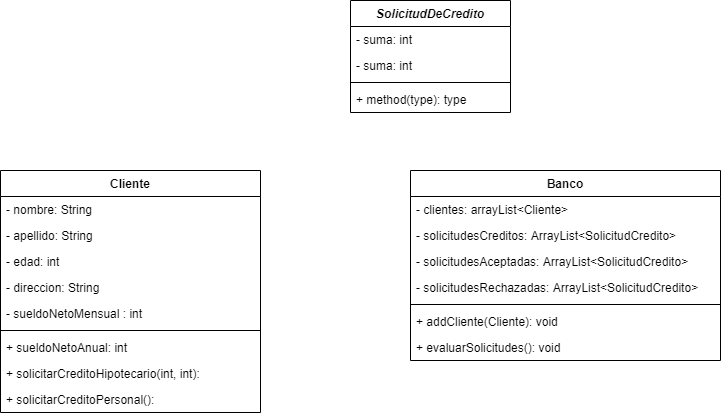
Earlier version of the draw.io export src/tp6/unq/bancoyprestamos/BancoyPrestamos-UML.png (CundariNicolas/unqui-poo2-cundari). Source tidied: cells renumbered, new cells last; positions are measured from the earlier drawing's top-left corner, leaving out a move shared by most shapes.
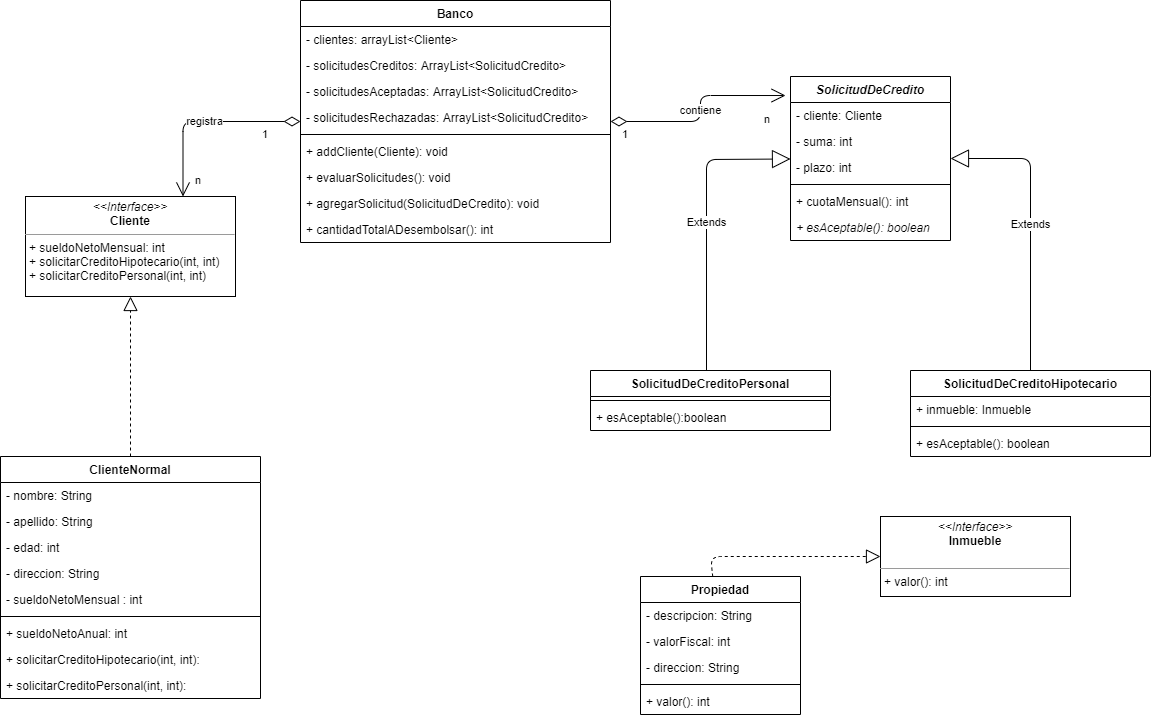
After the change.

What changed in the source:
```diff
@@ -2,8 +2,8 @@
   <root>
     <mxCell id="0" />
     <mxCell id="1" parent="0" />
-    <mxCell id="2" value="Cliente" style="swimlane;fontStyle=1;align=center;verticalAlign=top;horizontal=1;startSize=26;" parent="1" vertex="1">
-      <mxGeometry y="170" width="260" height="242" as="geometry" />
+    <mxCell id="2" value="ClienteNormal" style="swimlane;fontStyle=1;align=center;verticalAlign=top;horizontal=1;startSize=26;" parent="1" vertex="1">
+      <mxGeometry x="-70" y="500" width="260" height="242" as="geometry" />
     </mxCell>
     <mxCell id="3" value="- nombre: String" style="text;strokeColor=none;fillColor=none;align=left;verticalAlign=top;spacingLeft=4;spacingRight=4;overflow=hidden;" parent="2" vertex="1">
       <mxGeometry y="26" width="260" height="26" as="geometry" />
@@ -29,11 +29,11 @@
     <mxCell id="10" value="+ solicitarCreditoHipotecario(int, int): " style="text;strokeColor=none;fillColor=none;align=left;verticalAlign=top;spacingLeft=4;spacingRight=4;overflow=hidden;" parent="2" vertex="1">
       <mxGeometry y="190" width="260" height="26" as="geometry" />
     </mxCell>
-    <mxCell id="11" value="+ solicitarCreditoPersonal(): " style="text;strokeColor=none;fillColor=none;align=left;verticalAlign=top;spacingLeft=4;spacingRight=4;overflow=hidden;" parent="2" vertex="1">
+    <mxCell id="11" value="+ solicitarCreditoPersonal(int, int): " style="text;strokeColor=none;fillColor=none;align=left;verticalAlign=top;spacingLeft=4;spacingRight=4;overflow=hidden;" parent="2" vertex="1">
       <mxGeometry y="216" width="260" height="26" as="geometry" />
     </mxCell>
     <mxCell id="12" value="Banco" style="swimlane;fontStyle=1;align=center;verticalAlign=top;horizontal=1;startSize=26;" parent="1" vertex="1">
-      <mxGeometry x="410" y="170" width="310" height="190" as="geometry" />
+      <mxGeometry x="230" y="44" width="310" height="242" as="geometry" />
     </mxCell>
     <mxCell id="13" value="- clientes: arrayList&lt;Cliente&gt;" style="text;strokeColor=none;fillColor=none;align=left;verticalAlign=top;spacingLeft=4;spacingRight=4;overflow=hidden;" parent="12" vertex="1">
       <mxGeometry y="26" width="310" height="26" as="geometry" />
@@ -56,20 +56,128 @@
     <mxCell id="19" value="+ evaluarSolicitudes(): void" style="text;strokeColor=none;fillColor=none;align=left;verticalAlign=top;spacingLeft=4;spacingRight=4;overflow=hidden;" parent="12" vertex="1">
       <mxGeometry y="164" width="310" height="26" as="geometry" />
     </mxCell>
+    <mxCell id="25" value="+ agregarSolicitud(SolicitudDeCredito): void" style="text;strokeColor=none;fillColor=none;align=left;verticalAlign=top;spacingLeft=4;spacingRight=4;overflow=hidden;" parent="12" vertex="1">
+      <mxGeometry y="190" width="310" height="26" as="geometry" />
+    </mxCell>
+    <mxCell id="26" value="+ cantidadTotalADesembolsar(): int" style="text;strokeColor=none;fillColor=none;align=left;verticalAlign=top;spacingLeft=4;spacingRight=4;overflow=hidden;" parent="12" vertex="1">
+      <mxGeometry y="216" width="310" height="26" as="geometry" />
+    </mxCell>
     <mxCell id="20" value="SolicitudDeCredito" style="swimlane;fontStyle=3;align=center;verticalAlign=top;horizontal=1;startSize=26;" parent="1" vertex="1">
-      <mxGeometry x="350" width="160" height="112" as="geometry" />
+      <mxGeometry x="720" y="120" width="160" height="164" as="geometry" />
     </mxCell>
+    <mxCell id="27" value="- cliente: Cliente" style="text;strokeColor=none;fillColor=none;align=left;verticalAlign=top;spacingLeft=4;spacingRight=4;overflow=hidden;" parent="20" vertex="1">
+      <mxGeometry y="26" width="160" height="26" as="geometry" />
+    </mxCell>
     <mxCell id="21" value="- suma: int" style="text;strokeColor=none;fillColor=none;align=left;verticalAlign=top;spacingLeft=4;spacingRight=4;overflow=hidden;" parent="20" vertex="1">
-      <mxGeometry y="26" width="160" height="26" as="geometry" />
+      <mxGeometry y="52" width="160" height="26" as="geometry" />
     </mxCell>
-    <mxCell id="22" value="- suma: int" style="text;strokeColor=none;fillColor=none;align=left;verticalAlign=top;spacingLeft=4;spacingRight=4;overflow=hidden;" parent="20" vertex="1">
-      <mxGeometry y="52" width="160" height="26" as="geometry" />
+    <mxCell id="22" value="- plazo: int" style="text;strokeColor=none;fillColor=none;align=left;verticalAlign=top;spacingLeft=4;spacingRight=4;overflow=hidden;" parent="20" vertex="1">
+      <mxGeometry y="78" width="160" height="26" as="geometry" />
     </mxCell>
     <mxCell id="23" style="line;strokeWidth=1;fillColor=none;align=left;verticalAlign=middle;spacingTop=-1;spacingLeft=3;spacingRight=3;labelPosition=right;" parent="20" vertex="1">
-      <mxGeometry y="78" width="160" height="8" as="geometry" />
+      <mxGeometry y="104" width="160" height="8" as="geometry" />
     </mxCell>
+    <mxCell id="28" value="+ cuotaMensual(): int" style="text;strokeColor=none;fillColor=none;align=left;verticalAlign=top;spacingLeft=4;spacingRight=4;overflow=hidden;fontStyle=0;" parent="20" vertex="1">
+      <mxGeometry y="112" width="160" height="26" as="geometry" />
+    </mxCell>
-    <mxCell id="24" value="+ method(type): type" style="text;strokeColor=none;fillColor=none;align=left;verticalAlign=top;spacingLeft=4;spacingRight=4;overflow=hidden;" parent="20" vertex="1">
-      <mxGeometry y="86" width="160" height="26" as="geometry" />
+    <mxCell id="24" value="+ esAceptable(): boolean" style="text;strokeColor=none;fillColor=none;align=left;verticalAlign=top;spacingLeft=4;spacingRight=4;overflow=hidden;fontStyle=2;" parent="20" vertex="1">
+      <mxGeometry y="138" width="160" height="26" as="geometry" />
     </mxCell>
+    <mxCell id="29" value="&lt;p style=&quot;margin: 0px ; margin-top: 4px ; text-align: center&quot;&gt;&lt;i&gt;&amp;lt;&amp;lt;Interface&amp;gt;&amp;gt;&lt;/i&gt;&lt;br&gt;&lt;b&gt;Cliente&lt;/b&gt;&lt;/p&gt;&lt;hr size=&quot;1&quot;&gt;&lt;p style=&quot;margin: 0px ; margin-left: 4px&quot;&gt;+ sueldoNetoMensual: int&lt;br&gt;&lt;/p&gt;&lt;p style=&quot;margin: 0px ; margin-left: 4px&quot;&gt;+ solicitarCreditoHipotecario(int, int)&lt;/p&gt;&lt;p style=&quot;margin: 0px ; margin-left: 4px&quot;&gt;+ solicitarCreditoPersonal(int, int)&lt;/p&gt;" style="verticalAlign=top;align=left;overflow=fill;fontSize=12;fontFamily=Helvetica;html=1;" parent="1" vertex="1">
+      <mxGeometry x="-45" y="240" width="210" height="100" as="geometry" />
+    </mxCell>
+    <mxCell id="30" style="endArrow=block;dashed=1;endFill=0;endSize=12;html=1;exitX=0.5;exitY=0;exitDx=0;exitDy=0;" parent="1" edge="1" source="2" target="29">
+      <mxGeometry relative="1" as="geometry" />
+    </mxCell>
+    <mxCell id="31" value="SolicitudDeCreditoPersonal" style="swimlane;fontStyle=1;align=center;verticalAlign=top;horizontal=1;startSize=26;" parent="1" vertex="1">
+      <mxGeometry x="520" y="414" width="240" height="60" as="geometry" />
+    </mxCell>
+    <mxCell id="32" style="line;strokeWidth=1;fillColor=none;align=left;verticalAlign=middle;spacingTop=-1;spacingLeft=3;spacingRight=3;labelPosition=right;" parent="31" vertex="1">
+      <mxGeometry y="26" width="240" height="8" as="geometry" />
+    </mxCell>
+    <mxCell id="33" value="+ esAceptable():boolean" style="text;strokeColor=none;fillColor=none;align=left;verticalAlign=top;spacingLeft=4;spacingRight=4;overflow=hidden;" parent="31" vertex="1">
+      <mxGeometry y="34" width="240" height="26" as="geometry" />
+    </mxCell>
+    <mxCell id="34" value="SolicitudDeCreditoHipotecario" style="swimlane;fontStyle=1;align=center;verticalAlign=top;horizontal=1;startSize=26;" parent="1" vertex="1">
+      <mxGeometry x="840" y="414" width="240" height="86" as="geometry" />
+    </mxCell>
+    <mxCell id="35" value="+ inmueble: Inmueble" style="text;strokeColor=none;fillColor=none;align=left;verticalAlign=top;spacingLeft=4;spacingRight=4;overflow=hidden;" parent="34" vertex="1">
+      <mxGeometry y="26" width="240" height="26" as="geometry" />
+    </mxCell>
+    <mxCell id="36" style="line;strokeWidth=1;fillColor=none;align=left;verticalAlign=middle;spacingTop=-1;spacingLeft=3;spacingRight=3;labelPosition=right;" parent="34" vertex="1">
+      <mxGeometry y="52" width="240" height="8" as="geometry" />
+    </mxCell>
+    <mxCell id="37" value="+ esAceptable(): boolean" style="text;strokeColor=none;fillColor=none;align=left;verticalAlign=top;spacingLeft=4;spacingRight=4;overflow=hidden;" parent="34" vertex="1">
+      <mxGeometry y="60" width="240" height="26" as="geometry" />
+    </mxCell>
+    <mxCell id="38" value="Extends" style="endArrow=block;endSize=16;endFill=0;html=1;" parent="1" edge="1" source="34" target="20">
+      <mxGeometry relative="1" as="geometry">
+        <Array as="points">
+          <mxPoint x="960" y="202" />
+        </Array>
+      </mxGeometry>
+    </mxCell>
+    <mxCell id="39" value="Extends" style="endArrow=block;endSize=16;endFill=0;html=1;" parent="1" edge="1" target="20">
+      <mxGeometry relative="1" as="geometry">
+        <mxPoint x="636" y="414" as="sourcePoint" />
+        <Array as="points">
+          <mxPoint x="636" y="203" />
+        </Array>
+      </mxGeometry>
+    </mxCell>
+    <mxCell id="40" value="contiene" style="endArrow=open;html=1;endSize=12;startArrow=diamondThin;startSize=14;startFill=0;edgeStyle=orthogonalEdgeStyle;entryX=-0.031;entryY=0.116;entryDx=0;entryDy=0;entryPerimeter=0;" parent="1" edge="1" source="12" target="20">
+      <mxGeometry relative="1" as="geometry" />
+    </mxCell>
+    <mxCell id="41" value="1" style="edgeLabel;html=1;align=left;verticalAlign=top;" parent="40" vertex="1">
+      <mxGeometry x="-1" relative="1" as="geometry">
+        <mxPoint x="10" as="offset" />
+      </mxGeometry>
+    </mxCell>
+    <mxCell id="42" value="n" style="edgeLabel;html=1;align=right;verticalAlign=top;" parent="40" vertex="1">
+      <mxGeometry x="1" relative="1" as="geometry">
+        <mxPoint x="-15" y="11" as="offset" />
+      </mxGeometry>
+    </mxCell>
+    <mxCell id="43" value="registra" style="endArrow=open;html=1;endSize=12;startArrow=diamondThin;startSize=14;startFill=0;edgeStyle=orthogonalEdgeStyle;entryX=0.75;entryY=0;entryDx=0;entryDy=0;" parent="1" edge="1" source="12" target="29">
+      <mxGeometry relative="1" as="geometry" />
+    </mxCell>
+    <mxCell id="44" value="1" style="edgeLabel;html=1;align=left;verticalAlign=top;" parent="43" vertex="1">
+      <mxGeometry x="-1" relative="1" as="geometry">
+        <mxPoint x="-40" as="offset" />
+      </mxGeometry>
+    </mxCell>
+    <mxCell id="45" value="n" style="edgeLabel;html=1;align=right;verticalAlign=top;" parent="43" vertex="1">
+      <mxGeometry x="1" relative="1" as="geometry">
+        <mxPoint x="18" y="-30" as="offset" />
+      </mxGeometry>
+    </mxCell>
+    <mxCell id="46" value="&lt;p style=&quot;margin: 0px ; margin-top: 4px ; text-align: center&quot;&gt;&lt;i&gt;&amp;lt;&amp;lt;Interface&amp;gt;&amp;gt;&lt;/i&gt;&lt;br&gt;&lt;b&gt;Inmueble&lt;/b&gt;&lt;/p&gt;&lt;p style=&quot;margin: 0px ; margin-left: 4px&quot;&gt;&lt;br&gt;&lt;/p&gt;&lt;hr size=&quot;1&quot;&gt;&lt;p style=&quot;margin: 0px ; margin-left: 4px&quot;&gt;+ valor(): int&lt;br&gt;&lt;/p&gt;" style="verticalAlign=top;align=left;overflow=fill;fontSize=12;fontFamily=Helvetica;html=1;" parent="1" vertex="1">
+      <mxGeometry x="810" y="560" width="190" height="80" as="geometry" />
+    </mxCell>
+    <mxCell id="47" value="Propiedad" style="swimlane;fontStyle=1;align=center;verticalAlign=top;horizontal=1;startSize=26;" parent="1" vertex="1">
+      <mxGeometry x="570" y="620" width="160" height="138" as="geometry" />
+    </mxCell>
+    <mxCell id="48" value="- descripcion: String" style="text;strokeColor=none;fillColor=none;align=left;verticalAlign=top;spacingLeft=4;spacingRight=4;overflow=hidden;" parent="47" vertex="1">
+      <mxGeometry y="26" width="160" height="26" as="geometry" />
+    </mxCell>
+    <mxCell id="49" value="- valorFiscal: int" style="text;strokeColor=none;fillColor=none;align=left;verticalAlign=top;spacingLeft=4;spacingRight=4;overflow=hidden;" parent="47" vertex="1">
+      <mxGeometry y="52" width="160" height="26" as="geometry" />
+    </mxCell>
+    <mxCell id="50" value="- direccion: String" style="text;strokeColor=none;fillColor=none;align=left;verticalAlign=top;spacingLeft=4;spacingRight=4;overflow=hidden;" parent="47" vertex="1">
+      <mxGeometry y="78" width="160" height="26" as="geometry" />
+    </mxCell>
+    <mxCell id="51" style="line;strokeWidth=1;fillColor=none;align=left;verticalAlign=middle;spacingTop=-1;spacingLeft=3;spacingRight=3;labelPosition=right;" parent="47" vertex="1">
+      <mxGeometry y="104" width="160" height="8" as="geometry" />
+    </mxCell>
+    <mxCell id="52" value="+ valor(): int" style="text;strokeColor=none;fillColor=none;align=left;verticalAlign=top;spacingLeft=4;spacingRight=4;overflow=hidden;" parent="47" vertex="1">
+      <mxGeometry y="112" width="160" height="26" as="geometry" />
+    </mxCell>
+    <mxCell id="53" style="endArrow=block;dashed=1;endFill=0;endSize=12;html=1;" parent="1" edge="1" source="47" target="46">
+      <mxGeometry relative="1" as="geometry">
+        <Array as="points">
+          <mxPoint x="640" y="600" />
+        </Array>
+      </mxGeometry>
+    </mxCell>
   </root>
 </mxGraphModel>
```
